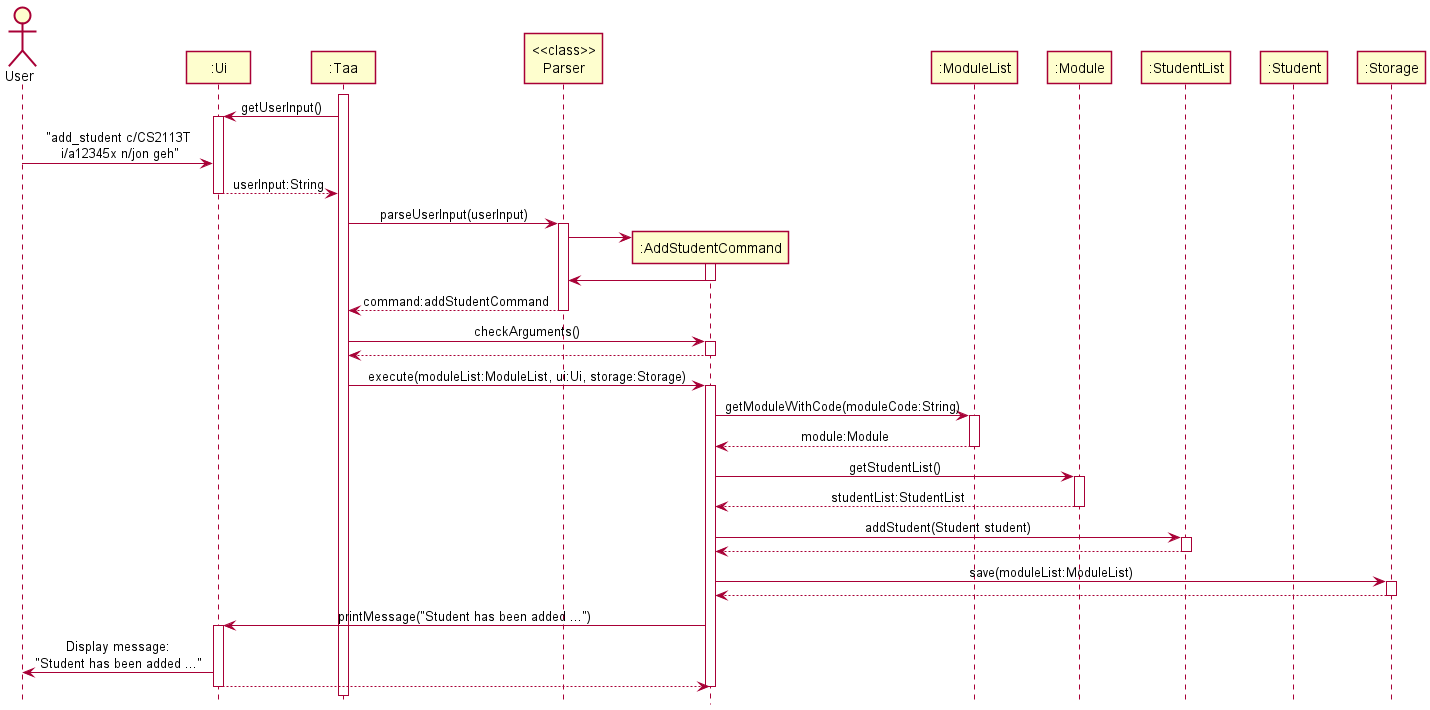
nus-cs2113-AY2122S1/tp keeps this PlantUML diagram as docs/diagrams/sequence/AddStudentSequenceDiagram.png. Above is the earlier version.
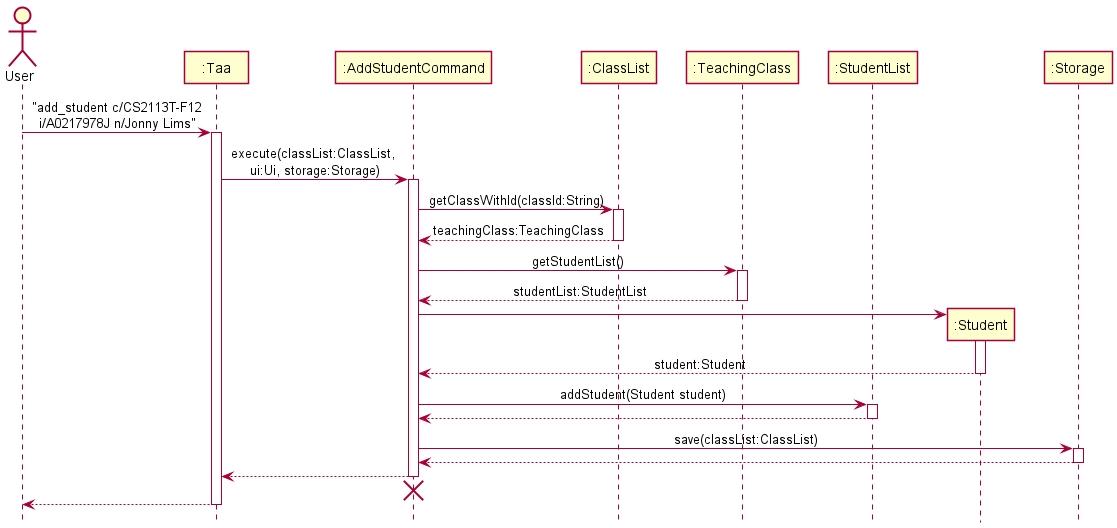
Above is the later version.

What changed in the source:
```diff
@@ -1,73 +1,53 @@
 @startuml
-!include style.puml
+!include SequenceStyle.puml
 
 Actor User as user
-Participant ":Ui" as ui
 Participant ":Taa" as taa
-Participant "<<class>>\nParser" as parser
 Participant ":AddStudentCommand" as addStudentCommand
-Participant ":ModuleList" as moduleList
-Participant ":Module" as module
+Participant ":ClassList" as classList
+Participant ":TeachingClass" as teachingClass
 Participant ":StudentList" as studentList
 Participant ":Student" as student
 Participant ":Storage" as storage
 
+user -> taa : "add_student c/CS2113T-F12\ni/A0217978J n/Jonny Lims"
 activate taa
 
-taa -> ui : getUserInput()
-activate ui
-
-user -> ui : "add_student c/CS2113T\n i/a12345x n/jon geh"
-ui --> taa : userInput:String
-deactivate ui
-
-taa -> parser : parseUserInput(userInput)
-activate parser
-
-create addStudentCommand
-parser -> addStudentCommand
-activate addStudentCommand
-addStudentCommand -> parser
-deactivate addStudentCommand
-
-parser --> taa : command:addStudentCommand
-deactivate parser
-
-taa -> addStudentCommand : checkArguments()
+taa -> addStudentCommand : execute(classList:ClassList, \nui:Ui, storage:Storage)
 activate addStudentCommand
 
-addStudentCommand --> taa
-deactivate addStudentCommand
+addStudentCommand -> classList : getClassWithId(classId:String)
+activate classList
+classList --> addStudentCommand : teachingClass:TeachingClass
+deactivate classList
 
-taa -> addStudentCommand : execute(moduleList:ModuleList, ui:Ui, storage:Storage)
-activate addStudentCommand
+addStudentCommand -> teachingClass : getStudentList()
+activate teachingClass
+teachingClass --> addStudentCommand : studentList:StudentList
+deactivate teachingClass
 
-addStudentCommand -> moduleList : getModuleWithCode(moduleCode:String)
-activate moduleList
-moduleList --> addStudentCommand : module:Module
-deactivate moduleList
-
-addStudentCommand -> module : getStudentList()
-activate module
-module --> addStudentCommand : studentList:StudentList
-deactivate module
+create student
+addStudentCommand -> student
+activate student
+student --> addStudentCommand : student:Student
+deactivate student
 
 addStudentCommand -> studentList : addStudent(Student student)
 activate studentList
 studentList --> addStudentCommand
 deactivate studentList
 
-addStudentCommand -> storage : save(moduleList:ModuleList)
+addStudentCommand -> storage : save(classList:ClassList)
 activate storage
 storage --> addStudentCommand
 deactivate storage
 
-addStudentCommand -> ui : printMessage("Student has been added ...")
-activate ui
-ui -> user : Display message:\n"Student has been added ..."
-ui --> addStudentCommand
-deactivate ui
+addStudentCommand --> taa
+deactivate addStudentCommand
+taa -[hidden]-> addStudentCommand
+destroy addStudentCommand
 
-deactivate addStudentCommand
+taa --> user
+deactivate taa
 
 @enduml
```
